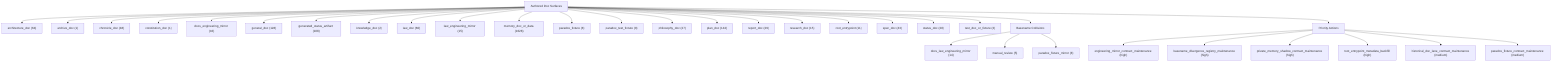
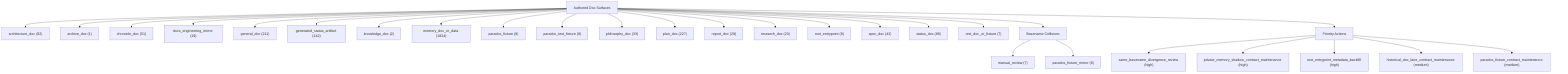
graph TD
    root["Authored Doc Surfaces"]
-     category_architecture_doc["architecture_doc (64)"]
+     category_architecture_doc["architecture_doc (82)"]
    root --> category_architecture_doc
    category_archive_doc["archive_doc (1)"]
    root --> category_archive_doc
-     category_chronicle_doc["chronicle_doc (48)"]
+     category_chronicle_doc["chronicle_doc (51)"]
    root --> category_chronicle_doc
-     category_constitution_doc["constitution_doc (1)"]
-     root --> category_constitution_doc
-     category_docs_engineering_mirror["docs_engineering_mirror (16)"]
+     category_docs_engineering_mirror["docs_engineering_mirror (19)"]
    root --> category_docs_engineering_mirror
-     category_general_doc["general_doc (128)"]
+     category_general_doc["general_doc (211)"]
    root --> category_general_doc
-     category_generated_status_artifact["generated_status_artifact (108)"]
+     category_generated_status_artifact["generated_status_artifact (142)"]
    root --> category_generated_status_artifact
    category_knowledge_doc["knowledge_doc (2)"]
    root --> category_knowledge_doc
-     category_law_doc["law_doc (60)"]
-     root --> category_law_doc
-     category_law_engineering_mirror["law_engineering_mirror (15)"]
-     root --> category_law_engineering_mirror
-     category_memory_doc_or_data["memory_doc_or_data (1628)"]
+     category_memory_doc_or_data["memory_doc_or_data (1824)"]
    root --> category_memory_doc_or_data
    category_paradox_fixture["paradox_fixture (8)"]
    root --> category_paradox_fixture
    category_paradox_test_fixture["paradox_test_fixture (8)"]
    root --> category_paradox_test_fixture
-     category_philosophy_doc["philosophy_doc (27)"]
+     category_philosophy_doc["philosophy_doc (33)"]
    root --> category_philosophy_doc
-     category_plan_doc["plan_doc (142)"]
+     category_plan_doc["plan_doc (227)"]
    root --> category_plan_doc
    category_report_doc["report_doc (29)"]
    root --> category_report_doc
-     category_research_doc["research_doc (15)"]
+     category_research_doc["research_doc (23)"]
    root --> category_research_doc
-     category_root_entrypoint["root_entrypoint (11)"]
+     category_root_entrypoint["root_entrypoint (8)"]
    root --> category_root_entrypoint
    category_spec_doc["spec_doc (43)"]
    root --> category_spec_doc
-     category_status_doc["status_doc (28)"]
+     category_status_doc["status_doc (89)"]
    root --> category_status_doc
-     category_test_doc_or_fixture["test_doc_or_fixture (3)"]
+     category_test_doc_or_fixture["test_doc_or_fixture (7)"]
    root --> category_test_doc_or_fixture
    collisions["Basename Collisions"]
    root --> collisions
-     family_docs_law_engineering_mirror["docs_law_engineering_mirror (14)"]
-     collisions --> family_docs_law_engineering_mirror
-     family_manual_review["manual_review (5)"]
+     family_manual_review["manual_review (7)"]
    collisions --> family_manual_review
    family_paradox_fixture_mirror["paradox_fixture_mirror (8)"]
    collisions --> family_paradox_fixture_mirror
    priorities["Priority Actions"]
    root --> priorities
-     priority_engineering_mirror_contract_maintenance["engineering_mirror_contract_maintenance (high)"]
-     priorities --> priority_engineering_mirror_contract_maintenance
-     priority_basename_divergence_registry_maintenance["basename_divergence_registry_maintenance (high)"]
-     priorities --> priority_basename_divergence_registry_maintenance
+     priority_same_basename_divergence_review["same_basename_divergence_review (high)"]
+     priorities --> priority_same_basename_divergence_review
    priority_private_memory_shadow_contract_maintenance["private_memory_shadow_contract_maintenance (high)"]
    priorities --> priority_private_memory_shadow_contract_maintenance
    priority_root_entrypoint_metadata_backfill["root_entrypoint_metadata_backfill (high)"]
    priorities --> priority_root_entrypoint_metadata_backfill
    priority_historical_doc_lane_contract_maintenance["historical_doc_lane_contract_maintenance (medium)"]
    priorities --> priority_historical_doc_lane_contract_maintenance
    priority_paradox_fixture_contract_maintenance["paradox_fixture_contract_maintenance (medium)"]
    priorities --> priority_paradox_fixture_contract_maintenance
